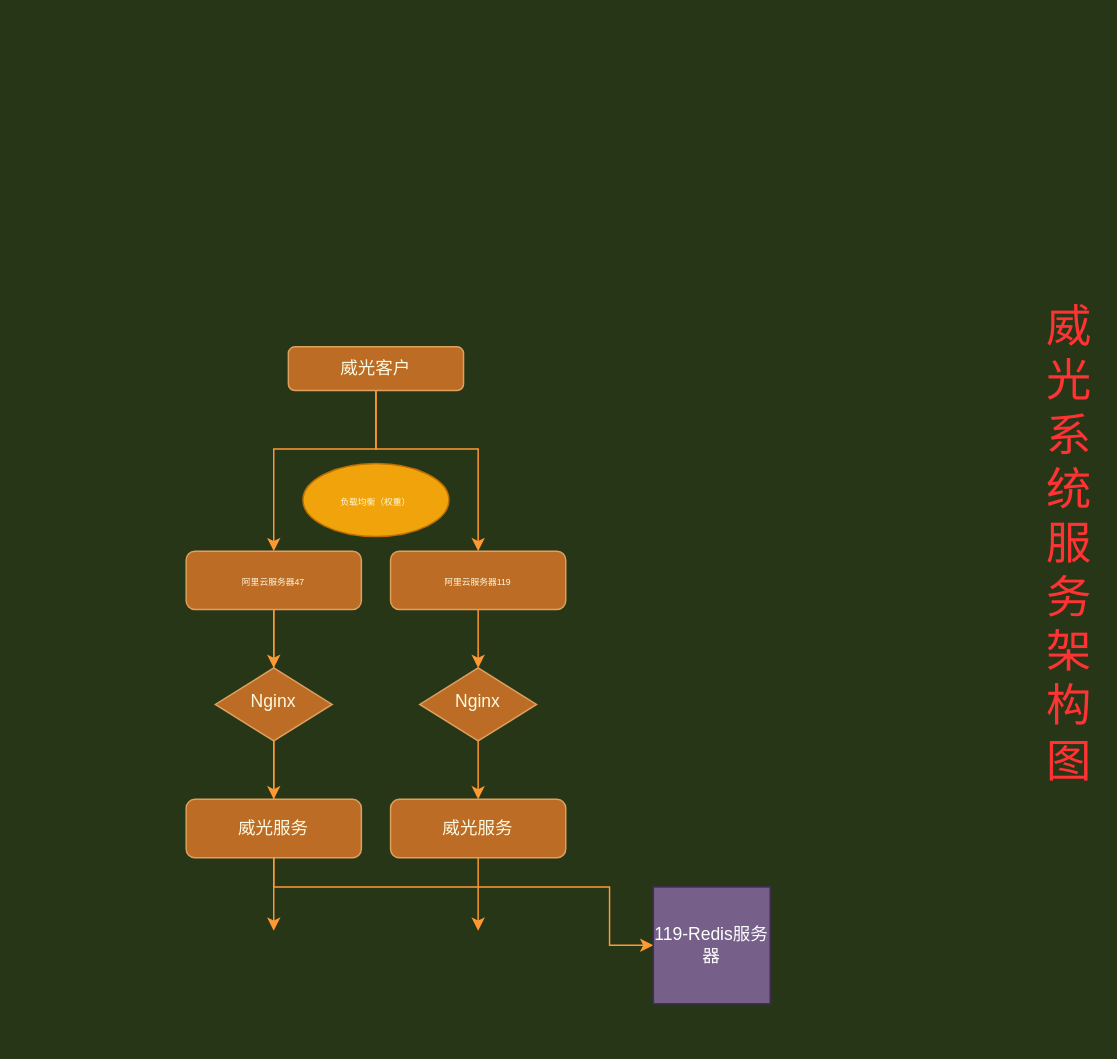
ModestMrD/draw keeps this draw.io diagram as Untitled Diagram.drawio. Above is the earlier version. Source tidied: cells renumbered, new cells numbered last; positions are measured from the earlier drawing's top-left corner, leaving out a move shared by most shapes. Both pictures are drawn from the tidied source at 146%, with x=0, y=0 at pixel (185, 346).
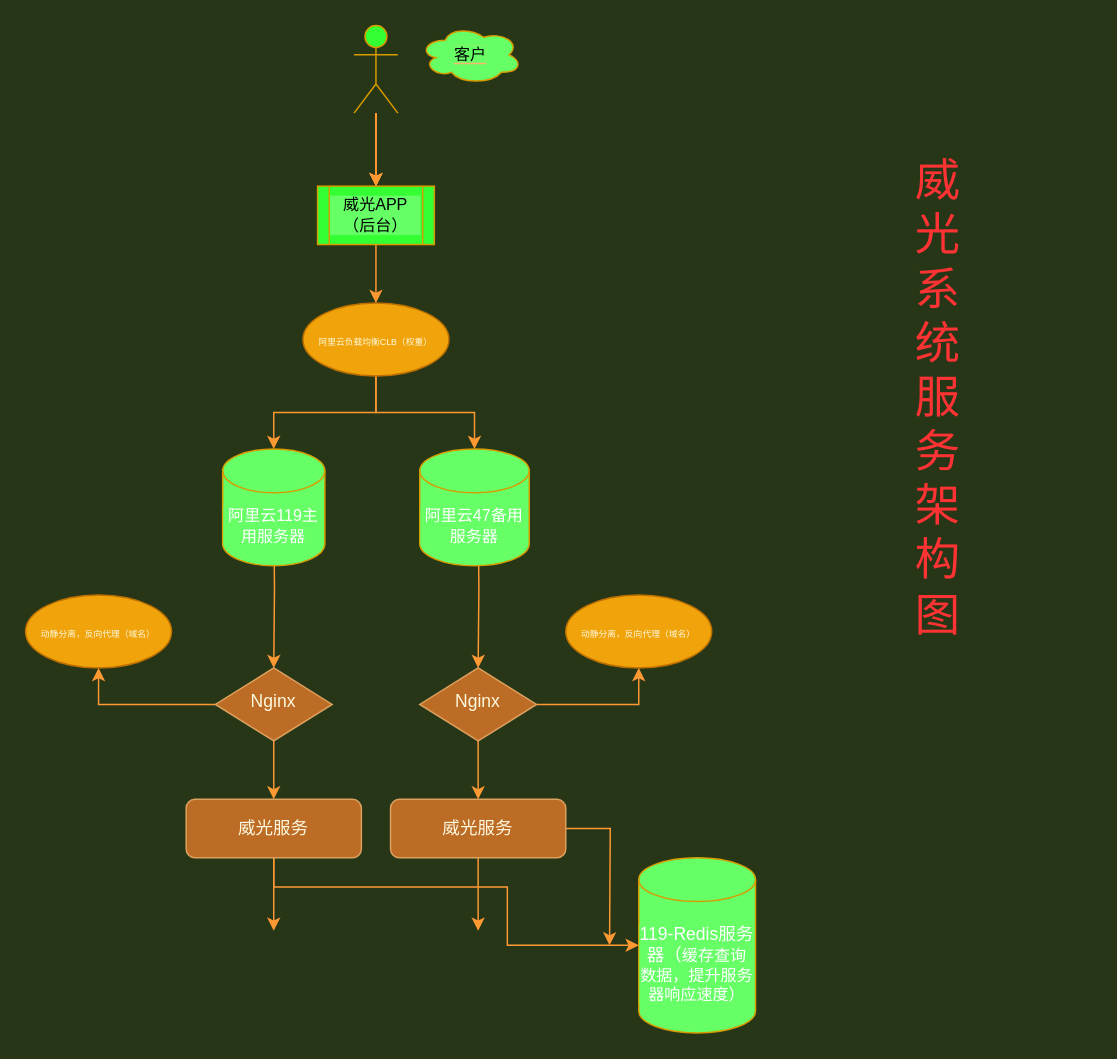
After the change.

Unchanged cells that the change refers to:
```xml
<mxCell id="6" value="Nginx" style="rhombus;whiteSpace=wrap;html=1;shadow=0;fontFamily=Helvetica;fontSize=12;align=center;strokeWidth=1;spacing=6;spacingTop=-4;fillColor=#BC6C25;strokeColor=#DDA15E;fontColor=#FEFAE0;" parent="1" vertex="1">
  <mxGeometry x="20" y="220" width="80" height="50" as="geometry" />
</mxCell>
<mxCell id="8" value="威光服务" style="rounded=1;whiteSpace=wrap;html=1;fontSize=12;glass=0;strokeWidth=1;shadow=0;fillColor=#BC6C25;strokeColor=#DDA15E;fontColor=#FEFAE0;" parent="1" vertex="1">
  <mxGeometry y="310" width="120" height="40" as="geometry" />
</mxCell>
<mxCell id="16" value="Nginx" style="rhombus;whiteSpace=wrap;html=1;shadow=0;fontFamily=Helvetica;fontSize=12;align=center;strokeWidth=1;spacing=6;spacingTop=-4;fillColor=#BC6C25;strokeColor=#DDA15E;fontColor=#FEFAE0;" parent="1" vertex="1">
  <mxGeometry x="160" y="220" width="80" height="50" as="geometry" />
</mxCell>
<mxCell id="18" value="威光服务" style="rounded=1;whiteSpace=wrap;html=1;fontSize=12;glass=0;strokeWidth=1;shadow=0;fillColor=#BC6C25;strokeColor=#DDA15E;fontColor=#FEFAE0;" parent="1" vertex="1">
  <mxGeometry x="140" y="310" width="120" height="40" as="geometry" />
</mxCell>
```

What changed in the source:
```diff
@@
-    <mxCell id="2" style="edgeStyle=orthogonalEdgeStyle;rounded=0;jettySize=auto;html=1;entryX=0.5;entryY=0;entryDx=0;entryDy=0;strokeColor=#FF9933;" parent="1" edge="1" source="4" target="6">
-      <mxGeometry relative="1" as="geometry" />
+    <mxCell id="2" style="edgeStyle=orthogonalEdgeStyle;rounded=0;jettySize=auto;html=1;entryX=0.5;entryY=0;entryDx=0;entryDy=0;strokeColor=#FF9933;" parent="1" edge="1" target="6">
+      <mxGeometry relative="1" as="geometry">
+        <mxPoint x="60" y="110" as="sourcePoint" />
+      </mxGeometry>
     </mxCell>
-    <mxCell id="3" style="edgeStyle=orthogonalEdgeStyle;rounded=0;jettySize=auto;html=1;entryX=0;entryY=0.5;entryDx=0;entryDy=0;strokeColor=#FF9933;" parent="1" edge="1" source="4" target="19">
-      <mxGeometry relative="1" as="geometry">
-        <Array as="points">
-          <mxPoint x="60" y="370" />
-          <mxPoint x="290" y="370" />
-          <mxPoint x="290" y="410" />
-        </Array>
-      </mxGeometry>
-    </mxCell>
-    <mxCell id="4" value="&lt;span style=&quot;font-size: 6px&quot;&gt;阿里云服务器47&lt;/span&gt;" style="rounded=1;whiteSpace=wrap;html=1;fontSize=12;glass=0;strokeWidth=1;shadow=0;fillColor=#BC6C25;strokeColor=#DDA15E;fontColor=#FEFAE0;" parent="1" vertex="1">
-      <mxGeometry y="140" width="120" height="40" as="geometry" />
-    </mxCell>
@@
+    <mxCell id="21" style="edgeStyle=orthogonalEdgeStyle;rounded=0;jettySize=auto;html=1;entryX=0.5;entryY=1;entryDx=0;entryDy=0;fontSize=11;fontColor=#000000;strokeColor=#FF9933;" parent="1" edge="1" source="6" target="37">
+      <mxGeometry relative="1" as="geometry" />
+    </mxCell>
@@
     <mxCell id="7" style="edgeStyle=orthogonalEdgeStyle;rounded=0;jettySize=auto;html=1;fontSize=31;fontColor=#FF3333;strokeColor=#FF9933;" parent="1" edge="1" source="8">
       <mxGeometry relative="1" as="geometry">
         <mxPoint x="60" y="400" as="targetPoint" />
+        <Array as="points">
+          <mxPoint x="60" y="380" />
+          <mxPoint x="60" y="380" />
+        </Array>
       </mxGeometry>
     </mxCell>
+    <mxCell id="22" style="edgeStyle=orthogonalEdgeStyle;rounded=0;jettySize=auto;html=1;entryX=0;entryY=0.5;entryDx=0;entryDy=0;entryPerimeter=0;fontSize=11;fontColor=#FF3333;strokeColor=#FF9933;" parent="1" edge="1" source="8" target="28">
+      <mxGeometry relative="1" as="geometry">
+        <Array as="points">
+          <mxPoint x="60" y="370" />
+          <mxPoint x="220" y="370" />
+          <mxPoint x="220" y="410" />
+        </Array>
+      </mxGeometry>
+    </mxCell>
@@
-    <mxCell id="9" style="edgeStyle=orthogonalEdgeStyle;rounded=0;jettySize=auto;html=1;entryX=0.5;entryY=0;entryDx=0;entryDy=0;strokeColor=#FF9933;" parent="1" edge="1" source="10" target="16">
-      <mxGeometry relative="1" as="geometry" />
+    <mxCell id="9" style="edgeStyle=orthogonalEdgeStyle;rounded=0;jettySize=auto;html=1;entryX=0.5;entryY=0;entryDx=0;entryDy=0;strokeColor=#FF9933;" parent="1" edge="1" target="16">
+      <mxGeometry relative="1" as="geometry">
+        <mxPoint x="200" y="110" as="sourcePoint" />
+      </mxGeometry>
     </mxCell>
-    <mxCell id="10" value="&lt;span style=&quot;font-size: 6px&quot;&gt;阿里云服务器119&lt;/span&gt;" style="rounded=1;whiteSpace=wrap;html=1;fontSize=12;glass=0;strokeWidth=1;shadow=0;fillColor=#BC6C25;strokeColor=#DDA15E;fontColor=#FEFAE0;" parent="1" vertex="1">
-      <mxGeometry x="140" y="140" width="120" height="40" as="geometry" />
-    </mxCell>
-    <mxCell id="11" style="edgeStyle=orthogonalEdgeStyle;rounded=0;jettySize=auto;html=1;entryX=0.5;entryY=0;entryDx=0;entryDy=0;strokeColor=#FF9933;" parent="1" edge="1" source="13" target="4">
-      <mxGeometry relative="1" as="geometry">
-        <Array as="points">
-          <mxPoint x="130" y="70" />
-          <mxPoint x="60" y="70" />
-        </Array>
-      </mxGeometry>
-    </mxCell>
-    <mxCell id="12" style="edgeStyle=orthogonalEdgeStyle;rounded=0;jettySize=auto;html=1;entryX=0.5;entryY=0;entryDx=0;entryDy=0;strokeColor=#FF9933;" parent="1" edge="1" source="13" target="10">
-      <mxGeometry relative="1" as="geometry">
-        <Array as="points">
-          <mxPoint x="130" y="70" />
-          <mxPoint x="200" y="70" />
-        </Array>
-      </mxGeometry>
-    </mxCell>
-    <mxCell id="13" value="威光客户" style="rounded=1;whiteSpace=wrap;html=1;fontSize=12;glass=0;strokeWidth=1;shadow=0;fillColor=#BC6C25;strokeColor=#DDA15E;fontColor=#FEFAE0;" parent="1" vertex="1">
-      <mxGeometry x="70" width="120" height="30" as="geometry" />
-    </mxCell>
+    <mxCell id="23" style="edgeStyle=orthogonalEdgeStyle;rounded=0;jettySize=auto;html=1;entryX=0.5;entryY=0;entryDx=0;entryDy=0;entryPerimeter=0;fontSize=11;fontColor=#000000;strokeColor=#FF9933;" parent="1" edge="1" source="14" target="38">
+      <mxGeometry relative="1" as="geometry" />
+    </mxCell>
+    <mxCell id="24" style="edgeStyle=orthogonalEdgeStyle;rounded=0;jettySize=auto;html=1;entryX=0.5;entryY=0;entryDx=0;entryDy=0;entryPerimeter=0;fontSize=11;fontColor=#000000;strokeColor=#FF9933;" parent="1" edge="1" source="14" target="39">
+      <mxGeometry relative="1" as="geometry" />
+    </mxCell>
-    <mxCell id="14" value="&lt;font color=&quot;#fefae0&quot;&gt;&lt;span style=&quot;font-size: 6px&quot;&gt;负载均衡（权重）&lt;/span&gt;&lt;/font&gt;" style="ellipse;whiteSpace=wrap;html=1;fillColor=#f0a30a;strokeColor=#BD7000;fontColor=#000000;" parent="1" vertex="1">
-      <mxGeometry x="80" y="80" width="100" height="50" as="geometry" />
+    <mxCell id="14" value="&lt;font color=&quot;#fefae0&quot;&gt;&lt;span style=&quot;font-size: 6px&quot;&gt;阿里云负载均衡CLB（权重）&lt;/span&gt;&lt;/font&gt;" style="ellipse;whiteSpace=wrap;html=1;fillColor=#f0a30a;strokeColor=#BD7000;fontColor=#000000;" parent="1" vertex="1">
+      <mxGeometry x="80" y="-30" width="100" height="50" as="geometry" />
     </mxCell>
@@
+    <mxCell id="25" style="edgeStyle=orthogonalEdgeStyle;rounded=0;jettySize=auto;html=1;entryX=0.5;entryY=1;entryDx=0;entryDy=0;fontSize=11;fontColor=#FFFFFF;strokeColor=#FF9933;" parent="1" edge="1" source="16" target="27">
+      <mxGeometry relative="1" as="geometry" />
+    </mxCell>
@@
+    <mxCell id="26" style="edgeStyle=orthogonalEdgeStyle;rounded=0;jettySize=auto;html=1;fontSize=31;fontColor=#FF3333;strokeColor=#FF9933;" parent="1" edge="1" source="18">
+      <mxGeometry relative="1" as="geometry">
+        <mxPoint x="290" y="410" as="targetPoint" />
+      </mxGeometry>
+    </mxCell>
@@
-    <mxCell id="19" value="119-Redis服务器" style="whiteSpace=wrap;html=1;strokeColor=#432D57;fillColor=#76608a;fontColor=#ffffff;" parent="1" vertex="1">
-      <mxGeometry x="320" y="370" width="80" height="80" as="geometry" />
-    </mxCell>
     <mxCell id="20" value="&lt;font color=&quot;#ff3333&quot; style=&quot;font-size: 31px&quot;&gt;威光系统服务架构图&lt;/font&gt;" style="text;html=1;strokeColor=none;fillColor=none;align=center;verticalAlign=middle;whiteSpace=wrap;rounded=0;" parent="1" vertex="1">
-      <mxGeometry x="590" width="30" height="270" as="geometry" />
+      <mxGeometry x="500" y="-100" width="30" height="270" as="geometry" />
     </mxCell>
+    <mxCell id="27" value="&lt;font color=&quot;#fefae0&quot;&gt;&lt;span style=&quot;font-size: 6px&quot;&gt;动静分离，反向代理（域名）&lt;/span&gt;&lt;/font&gt;" style="ellipse;whiteSpace=wrap;html=1;fillColor=#f0a30a;strokeColor=#BD7000;fontColor=#000000;" parent="1" vertex="1">
+      <mxGeometry x="260" y="170" width="100" height="50" as="geometry" />
+    </mxCell>
+    <mxCell id="28" value="&lt;font color=&quot;#ffffff&quot;&gt;&lt;span style=&quot;font-size: 12px ; text-align: left&quot;&gt;119-Redis服务器（&lt;/span&gt;&lt;span style=&quot;text-align: left&quot;&gt;缓存查询数据，提升服务器响应速度）&lt;/span&gt;&lt;/font&gt;" style="shape=cylinder3;whiteSpace=wrap;html=1;boundedLbl=1;backgroundOutline=1;size=15;labelBackgroundColor=#66FF66;fontSize=11;fontColor=#66FF66;strokeColor=#D79B00;fillColor=#66FF66;" parent="1" vertex="1">
+      <mxGeometry x="310" y="350" width="80" height="120" as="geometry" />
+    </mxCell>
+    <mxCell id="29" style="edgeStyle=orthogonalEdgeStyle;rounded=0;jettySize=auto;html=1;entryX=0.5;entryY=0;entryDx=0;entryDy=0;fontSize=11;fontColor=#000000;strokeColor=#FF9933;" parent="1" edge="1" source="33" target="35">
+      <mxGeometry relative="1" as="geometry" />
+    </mxCell>
+    <mxCell id="30" style="edgeStyle=orthogonalEdgeStyle;rounded=0;jettySize=auto;html=1;fontSize=11;fontColor=#FFFFFF;strokeColor=#FF9933;" parent="1" edge="1" source="33" target="35">
+      <mxGeometry relative="1" as="geometry" />
+    </mxCell>
+    <mxCell id="31" style="edgeStyle=orthogonalEdgeStyle;rounded=0;jettySize=auto;html=1;fontSize=11;fontColor=#FFFFFF;strokeColor=#FF9933;" parent="1" edge="1" source="33" target="35">
+      <mxGeometry relative="1" as="geometry" />
+    </mxCell>
+    <mxCell id="32" style="edgeStyle=orthogonalEdgeStyle;rounded=0;jettySize=auto;html=1;fontSize=11;fontColor=#FFFFFF;strokeColor=#FF9933;" parent="1" edge="1" source="33" target="35">
+      <mxGeometry relative="1" as="geometry" />
+    </mxCell>
+    <mxCell id="33" style="shape=umlActor;verticalLabelPosition=bottom;verticalAlign=top;html=1;outlineConnect=0;labelBackgroundColor=#66FF66;fontSize=11;fontColor=#000000;strokeColor=#D79B00;fillColor=#33FF33;" parent="1" vertex="1">
+      <mxGeometry x="115" y="-220" width="30" height="60" as="geometry" />
+    </mxCell>
+    <mxCell id="34" style="edgeStyle=orthogonalEdgeStyle;rounded=0;jettySize=auto;html=1;entryX=0.5;entryY=0;entryDx=0;entryDy=0;fontSize=11;fontColor=#000000;strokeColor=#FF9933;" parent="1" edge="1" source="35" target="14">
+      <mxGeometry relative="1" as="geometry" />
+    </mxCell>
+    <mxCell id="35" value="威光APP（后台）" style="shape=process;whiteSpace=wrap;html=1;backgroundOutline=1;labelBackgroundColor=#66FF66;fontSize=11;fontColor=#000000;strokeColor=#D79B00;fillColor=#33FF33;" parent="1" vertex="1">
+      <mxGeometry x="90" y="-110" width="80" height="40" as="geometry" />
+    </mxCell>
+    <mxCell id="36" value="&lt;font color=&quot;#000000&quot; style=&quot;background-color: rgb(102 , 255 , 102)&quot;&gt;客户&lt;/font&gt;" style="ellipse;shape=cloud;whiteSpace=wrap;html=1;labelBackgroundColor=#FFB570;fontSize=11;fontColor=#FFFFFF;strokeColor=#D79B00;fillColor=#66FF66;" parent="1" vertex="1">
+      <mxGeometry x="160" y="-220" width="70" height="40" as="geometry" />
+    </mxCell>
+    <mxCell id="37" value="&lt;font color=&quot;#fefae0&quot;&gt;&lt;span style=&quot;font-size: 6px&quot;&gt;动静分离，反向代理（域名）&lt;/span&gt;&lt;/font&gt;" style="ellipse;whiteSpace=wrap;html=1;fillColor=#f0a30a;strokeColor=#BD7000;fontColor=#000000;" parent="1" vertex="1">
+      <mxGeometry x="-110" y="170" width="100" height="50" as="geometry" />
+    </mxCell>
+    <mxCell id="38" value="&lt;span style=&quot;color: rgb(255 , 255 , 255)&quot;&gt;阿里云119主用服务器&lt;/span&gt;" style="shape=cylinder3;whiteSpace=wrap;html=1;boundedLbl=1;backgroundOutline=1;size=15;labelBackgroundColor=#66FF66;fontSize=11;fontColor=#66FF66;strokeColor=#D79B00;fillColor=#66FF66;align=center;" parent="1" vertex="1">
+      <mxGeometry x="25" y="70" width="70" height="80" as="geometry" />
+    </mxCell>
+    <mxCell id="39" value="&lt;span style=&quot;color: rgb(255 , 255 , 255)&quot;&gt;阿里云47备用服务器&lt;/span&gt;" style="shape=cylinder3;whiteSpace=wrap;html=1;boundedLbl=1;backgroundOutline=1;size=15;labelBackgroundColor=#66FF66;fontSize=11;fontColor=#66FF66;strokeColor=#D79B00;fillColor=#66FF66;align=center;" parent="1" vertex="1">
+      <mxGeometry x="160" y="70" width="75" height="80" as="geometry" />
+    </mxCell>
```
